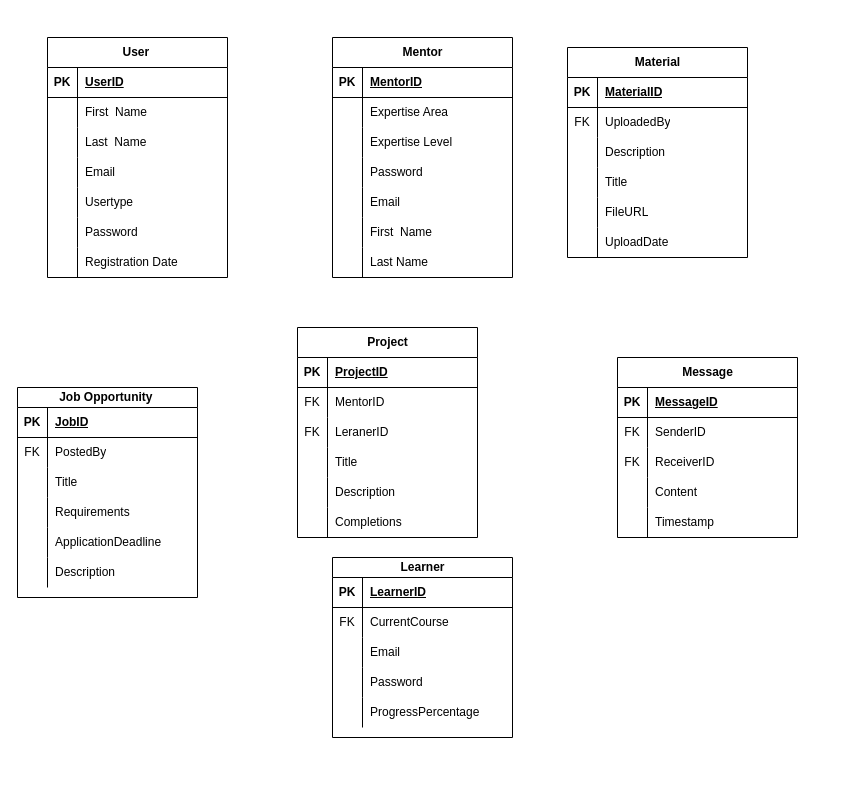
Above: Untitled Diagram.drawio in i-ninte/CSM141081 (draw.io), before the change. Source tidied: cells renumbered, new cells numbered last; positions are measured from the earlier drawing's top-left corner, leaving out a move shared by most shapes. Both pictures are drawn from the tidied source at 100%, with x=0, y=0 at pixel (17, 37).
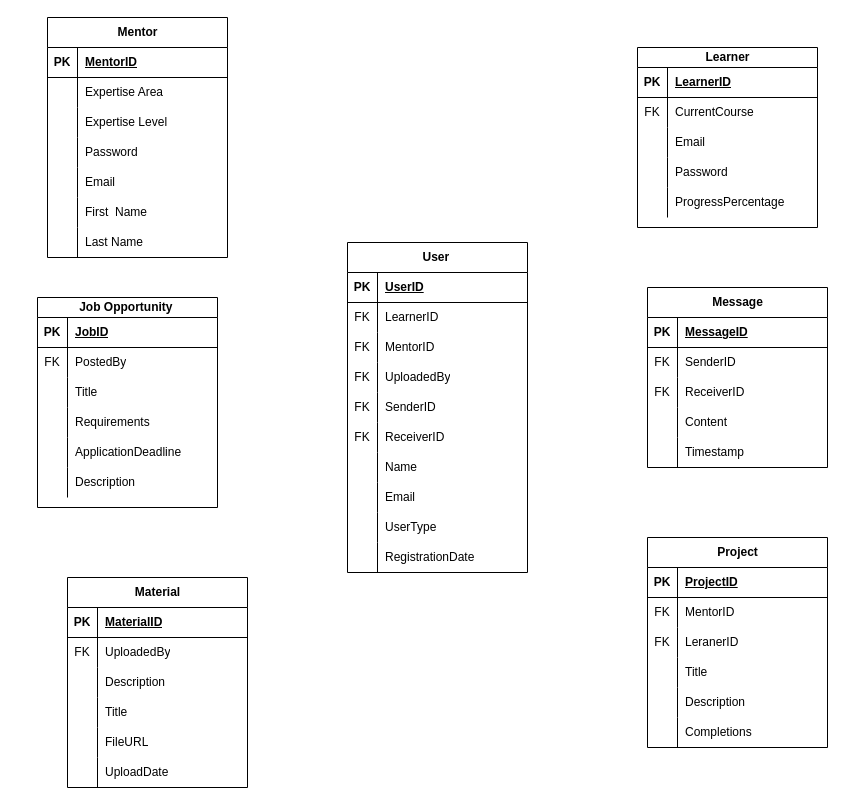
After the change.

The change refers to these unchanged cells:
```xml
<mxCell id="47" style="shape=tableRow;horizontal=0;startSize=0;swimlaneHead=0;swimlaneBody=0;fillColor=none;top=0;left=0;right=0;bottom=0;" parent="43" vertex="1">
  <mxGeometry y="60" width="180" height="30" as="geometry" />
</mxCell>
<mxCell id="50" style="shape=tableRow;horizontal=0;startSize=0;swimlaneHead=0;swimlaneBody=0;fillColor=none;top=0;left=0;right=0;bottom=0;" parent="43" vertex="1">
  <mxGeometry y="90" width="180" height="30" as="geometry" />
</mxCell>
<mxCell id="53" style="shape=tableRow;horizontal=0;startSize=0;swimlaneHead=0;swimlaneBody=0;fillColor=none;top=0;left=0;right=0;bottom=0;" parent="43" vertex="1">
  <mxGeometry y="120" width="180" height="30" as="geometry" />
</mxCell>
<mxCell id="56" style="shape=tableRow;horizontal=0;startSize=0;swimlaneHead=0;swimlaneBody=0;fillColor=none;top=0;left=0;right=0;bottom=0;" parent="43" vertex="1">
  <mxGeometry y="150" width="180" height="30" as="geometry" />
</mxCell>
<mxCell id="59" style="shape=tableRow;horizontal=0;startSize=0;swimlaneHead=0;swimlaneBody=0;fillColor=none;top=0;left=0;right=0;bottom=0;" parent="43" vertex="1">
  <mxGeometry y="180" width="180" height="30" as="geometry" />
</mxCell>
<mxCell id="62" style="shape=tableRow;horizontal=0;startSize=0;swimlaneHead=0;swimlaneBody=0;fillColor=none;top=0;left=0;right=0;bottom=0;" parent="43" vertex="1">
  <mxGeometry y="210" width="180" height="30" as="geometry" />
</mxCell>
```

Change to the diagram source:
```diff
@@
     <mxCell id="2" value="Project" style="shape=table;startSize=30;childLayout=tableLayout;rowLines=0;fontStyle=1;align=center;html=1;" parent="1" vertex="1">
-      <mxGeometry x="280" y="290" width="180" height="210" as="geometry" />
+      <mxGeometry x="630" y="500" width="180" height="210" as="geometry" />
     </mxCell>
@@
     <mxCell id="21" value="Mentor" style="shape=table;startSize=30;childLayout=tableLayout;rowLines=0;fontStyle=1;align=center;html=1;" parent="1" vertex="1">
-      <mxGeometry x="315" width="180" height="240" as="geometry" />
+      <mxGeometry x="30" y="-20" width="180" height="240" as="geometry" />
     </mxCell>
@@
     <mxCell id="43" value="User&amp;nbsp;" style="shape=table;startSize=30;childLayout=tableLayout;rowLines=0;fontStyle=1;align=center;html=1;" parent="1" vertex="1">
-      <mxGeometry x="30" width="180" height="240" as="geometry" />
+      <mxGeometry x="330" y="205" width="180" height="330" as="geometry" />
     </mxCell>
@@
-    <mxCell id="48" style="shape=partialRectangle;fillColor=none;top=0;left=0;bottom=0;right=0;overflow=hidden;whiteSpace=wrap;html=1;" parent="47" vertex="1">
-      <mxGeometry width="30" height="30" as="geometry" />
-    </mxCell>
-    <mxCell id="49" value="First&amp;nbsp; Name" style="shape=partialRectangle;fillColor=none;top=0;left=0;bottom=0;right=0;align=left;spacingLeft=6;overflow=hidden;whiteSpace=wrap;html=1;" parent="47" vertex="1">
-      <mxGeometry x="30" width="150" height="30" as="geometry" />
-    </mxCell>
+    <mxCell id="135" value="FK" style="shape=partialRectangle;fillColor=none;top=0;left=0;bottom=0;right=0;fontStyle=0;overflow=hidden;whiteSpace=wrap;html=1;" parent="47" vertex="1">
+      <mxGeometry width="30" height="30" as="geometry" />
+    </mxCell>
+    <mxCell id="136" value="LearnerID" style="shape=partialRectangle;fillColor=none;top=0;left=0;bottom=0;right=0;align=left;spacingLeft=6;fontStyle=0;overflow=hidden;whiteSpace=wrap;html=1;" parent="47" vertex="1">
+      <mxGeometry x="30" width="150" height="30" as="geometry" />
+    </mxCell>
@@
-    <mxCell id="51" style="shape=partialRectangle;fillColor=none;top=0;left=0;bottom=0;right=0;overflow=hidden;whiteSpace=wrap;html=1;" parent="50" vertex="1">
+    <mxCell id="51" value="FK" style="shape=partialRectangle;fillColor=none;top=0;left=0;bottom=0;right=0;overflow=hidden;whiteSpace=wrap;html=1;" parent="50" vertex="1">
       <mxGeometry width="30" height="30" as="geometry" />
     </mxCell>
-    <mxCell id="52" value="Last&amp;nbsp; Name" style="shape=partialRectangle;fillColor=none;top=0;left=0;bottom=0;right=0;align=left;spacingLeft=6;overflow=hidden;whiteSpace=wrap;html=1;" parent="50" vertex="1">
+    <mxCell id="52" value="MentorID" style="shape=partialRectangle;fillColor=none;top=0;left=0;bottom=0;right=0;align=left;spacingLeft=6;overflow=hidden;whiteSpace=wrap;html=1;" parent="50" vertex="1">
       <mxGeometry x="30" width="150" height="30" as="geometry" />
     </mxCell>
@@
-    <mxCell id="54" style="shape=partialRectangle;fillColor=none;top=0;left=0;bottom=0;right=0;overflow=hidden;whiteSpace=wrap;html=1;" parent="53" vertex="1">
+    <mxCell id="54" value="FK" style="shape=partialRectangle;fillColor=none;top=0;left=0;bottom=0;right=0;overflow=hidden;whiteSpace=wrap;html=1;" parent="53" vertex="1">
       <mxGeometry width="30" height="30" as="geometry" />
     </mxCell>
-    <mxCell id="55" value="Email" style="shape=partialRectangle;fillColor=none;top=0;left=0;bottom=0;right=0;align=left;spacingLeft=6;overflow=hidden;whiteSpace=wrap;html=1;" parent="53" vertex="1">
+    <mxCell id="55" value="UploadedBy" style="shape=partialRectangle;fillColor=none;top=0;left=0;bottom=0;right=0;align=left;spacingLeft=6;overflow=hidden;whiteSpace=wrap;html=1;" parent="53" vertex="1">
       <mxGeometry x="30" width="150" height="30" as="geometry" />
     </mxCell>
@@
-    <mxCell id="57" style="shape=partialRectangle;fillColor=none;top=0;left=0;bottom=0;right=0;overflow=hidden;whiteSpace=wrap;html=1;" parent="56" vertex="1">
+    <mxCell id="57" value="FK" style="shape=partialRectangle;fillColor=none;top=0;left=0;bottom=0;right=0;overflow=hidden;whiteSpace=wrap;html=1;" parent="56" vertex="1">
       <mxGeometry width="30" height="30" as="geometry" />
     </mxCell>
-    <mxCell id="58" value="Usertype" style="shape=partialRectangle;fillColor=none;top=0;left=0;bottom=0;right=0;align=left;spacingLeft=6;overflow=hidden;whiteSpace=wrap;html=1;" parent="56" vertex="1">
+    <mxCell id="58" value="SenderID" style="shape=partialRectangle;fillColor=none;top=0;left=0;bottom=0;right=0;align=left;spacingLeft=6;overflow=hidden;whiteSpace=wrap;html=1;" parent="56" vertex="1">
       <mxGeometry x="30" width="150" height="30" as="geometry" />
     </mxCell>
@@
-    <mxCell id="60" style="shape=partialRectangle;fillColor=none;top=0;left=0;bottom=0;right=0;overflow=hidden;whiteSpace=wrap;html=1;" parent="59" vertex="1">
+    <mxCell id="60" value="FK" style="shape=partialRectangle;fillColor=none;top=0;left=0;bottom=0;right=0;overflow=hidden;whiteSpace=wrap;html=1;" parent="59" vertex="1">
       <mxGeometry width="30" height="30" as="geometry" />
     </mxCell>
-    <mxCell id="61" value="Password" style="shape=partialRectangle;fillColor=none;top=0;left=0;bottom=0;right=0;align=left;spacingLeft=6;overflow=hidden;whiteSpace=wrap;html=1;" parent="59" vertex="1">
+    <mxCell id="61" value="ReceiverID" style="shape=partialRectangle;fillColor=none;top=0;left=0;bottom=0;right=0;align=left;spacingLeft=6;overflow=hidden;whiteSpace=wrap;html=1;" parent="59" vertex="1">
       <mxGeometry x="30" width="150" height="30" as="geometry" />
     </mxCell>
@@
-    <mxCell id="64" value="Registration Date" style="shape=partialRectangle;fillColor=none;top=0;left=0;bottom=0;right=0;align=left;spacingLeft=6;overflow=hidden;whiteSpace=wrap;html=1;" parent="62" vertex="1">
+    <mxCell id="64" value="Name" style="shape=partialRectangle;fillColor=none;top=0;left=0;bottom=0;right=0;align=left;spacingLeft=6;overflow=hidden;whiteSpace=wrap;html=1;" parent="62" vertex="1">
       <mxGeometry x="30" width="150" height="30" as="geometry" />
     </mxCell>
+    <mxCell id="137" style="shape=tableRow;horizontal=0;startSize=0;swimlaneHead=0;swimlaneBody=0;fillColor=none;top=0;left=0;right=0;bottom=0;" parent="43" vertex="1">
+      <mxGeometry y="240" width="180" height="30" as="geometry" />
+    </mxCell>
+    <mxCell id="138" style="shape=partialRectangle;fillColor=none;top=0;left=0;bottom=0;right=0;overflow=hidden;whiteSpace=wrap;html=1;" parent="137" vertex="1">
+      <mxGeometry width="30" height="30" as="geometry" />
+    </mxCell>
+    <mxCell id="139" value="Email" style="shape=partialRectangle;fillColor=none;top=0;left=0;bottom=0;right=0;align=left;spacingLeft=6;overflow=hidden;whiteSpace=wrap;html=1;" parent="137" vertex="1">
+      <mxGeometry x="30" width="150" height="30" as="geometry" />
+    </mxCell>
+    <mxCell id="140" style="shape=tableRow;horizontal=0;startSize=0;swimlaneHead=0;swimlaneBody=0;fillColor=none;top=0;left=0;right=0;bottom=0;" parent="43" vertex="1">
+      <mxGeometry y="270" width="180" height="30" as="geometry" />
+    </mxCell>
+    <mxCell id="141" style="shape=partialRectangle;fillColor=none;top=0;left=0;bottom=0;right=0;overflow=hidden;whiteSpace=wrap;html=1;" parent="140" vertex="1">
+      <mxGeometry width="30" height="30" as="geometry" />
+    </mxCell>
+    <mxCell id="142" value="UserType" style="shape=partialRectangle;fillColor=none;top=0;left=0;bottom=0;right=0;align=left;spacingLeft=6;overflow=hidden;whiteSpace=wrap;html=1;" parent="140" vertex="1">
+      <mxGeometry x="30" width="150" height="30" as="geometry" />
+    </mxCell>
+    <mxCell id="143" style="shape=tableRow;horizontal=0;startSize=0;swimlaneHead=0;swimlaneBody=0;fillColor=none;top=0;left=0;right=0;bottom=0;" parent="43" vertex="1">
+      <mxGeometry y="300" width="180" height="30" as="geometry" />
+    </mxCell>
+    <mxCell id="144" style="shape=partialRectangle;fillColor=none;top=0;left=0;bottom=0;right=0;overflow=hidden;whiteSpace=wrap;html=1;" parent="143" vertex="1">
+      <mxGeometry width="30" height="30" as="geometry" />
+    </mxCell>
+    <mxCell id="145" value="RegistrationDate" style="shape=partialRectangle;fillColor=none;top=0;left=0;bottom=0;right=0;align=left;spacingLeft=6;overflow=hidden;whiteSpace=wrap;html=1;" parent="143" vertex="1">
+      <mxGeometry x="30" width="150" height="30" as="geometry" />
+    </mxCell>
     <mxCell id="65" value="Message&lt;br&gt;" style="shape=table;startSize=30;childLayout=tableLayout;rowLines=0;fontStyle=1;align=center;html=1;" parent="1" vertex="1">
-      <mxGeometry x="600" y="320" width="180" height="180" as="geometry" />
+      <mxGeometry x="630" y="250" width="180" height="180" as="geometry" />
     </mxCell>
@@
     <mxCell id="81" value="Job Opportunity&amp;nbsp;" style="shape=table;startSize=20;childLayout=tableLayout;rowLines=0;fontStyle=1;align=center;html=1;" parent="1" vertex="1">
-      <mxGeometry y="350" width="180" height="210" as="geometry" />
+      <mxGeometry x="20" y="260" width="180" height="210" as="geometry" />
     </mxCell>
@@
     <mxCell id="100" value="Learner" style="shape=table;startSize=20;childLayout=tableLayout;rowLines=0;fontStyle=1;align=center;html=1;" parent="1" vertex="1">
-      <mxGeometry x="315" y="520" width="180" height="180" as="geometry" />
+      <mxGeometry x="620" y="10" width="180" height="180" as="geometry" />
     </mxCell>
@@
     <mxCell id="116" value="Material" style="shape=table;startSize=30;childLayout=tableLayout;rowLines=0;fontStyle=1;align=center;html=1;" parent="1" vertex="1">
-      <mxGeometry x="550" y="10" width="180" height="210" as="geometry" />
+      <mxGeometry x="50" y="540" width="180" height="210" as="geometry" />
     </mxCell>
```
